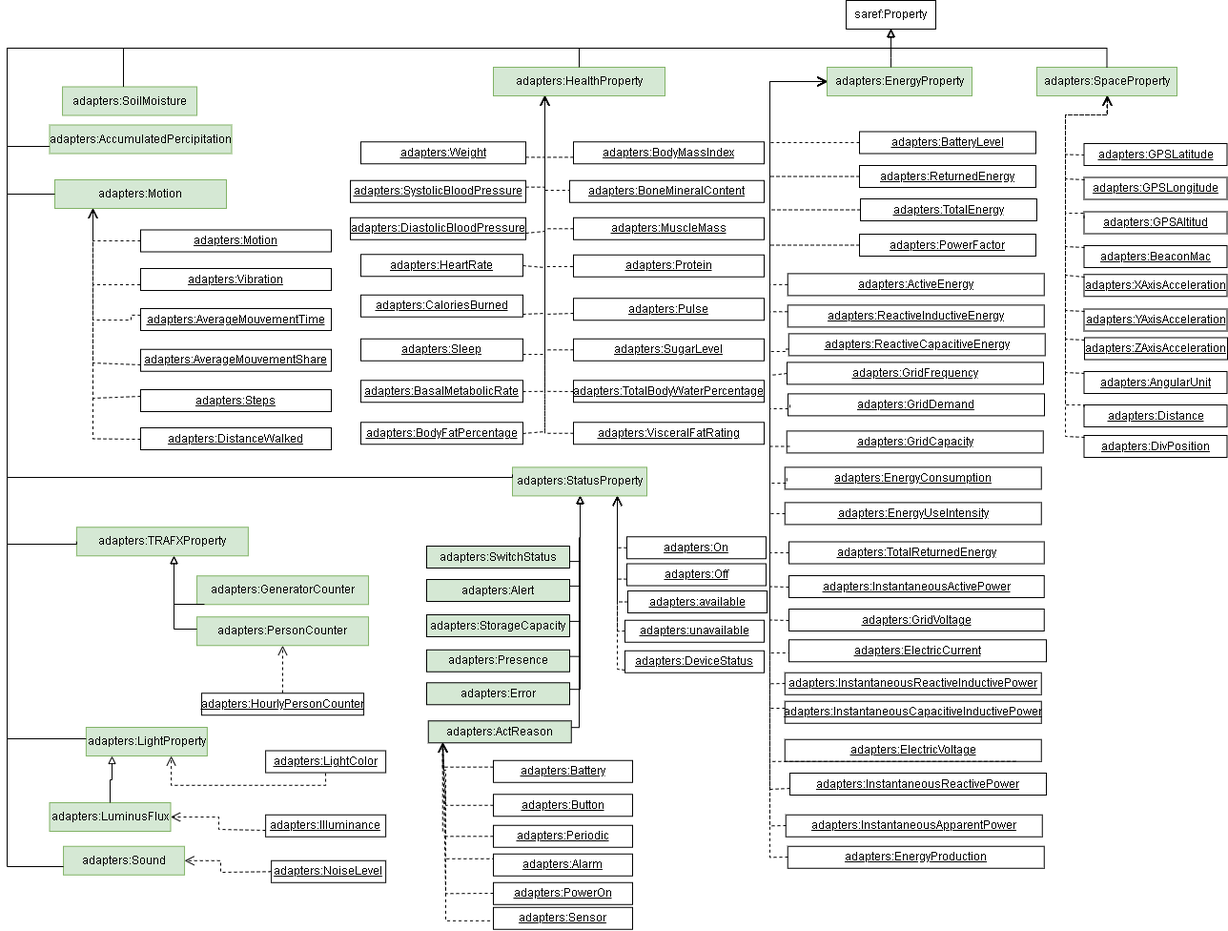
Above: Diagrams/properties.png in oeg-upm/auroral-adapters-ontology (draw.io), before the change. Source tidied: cells renumbered, new cells last; positions are measured from the earlier drawing's top-left corner, leaving out a move shared by most shapes.
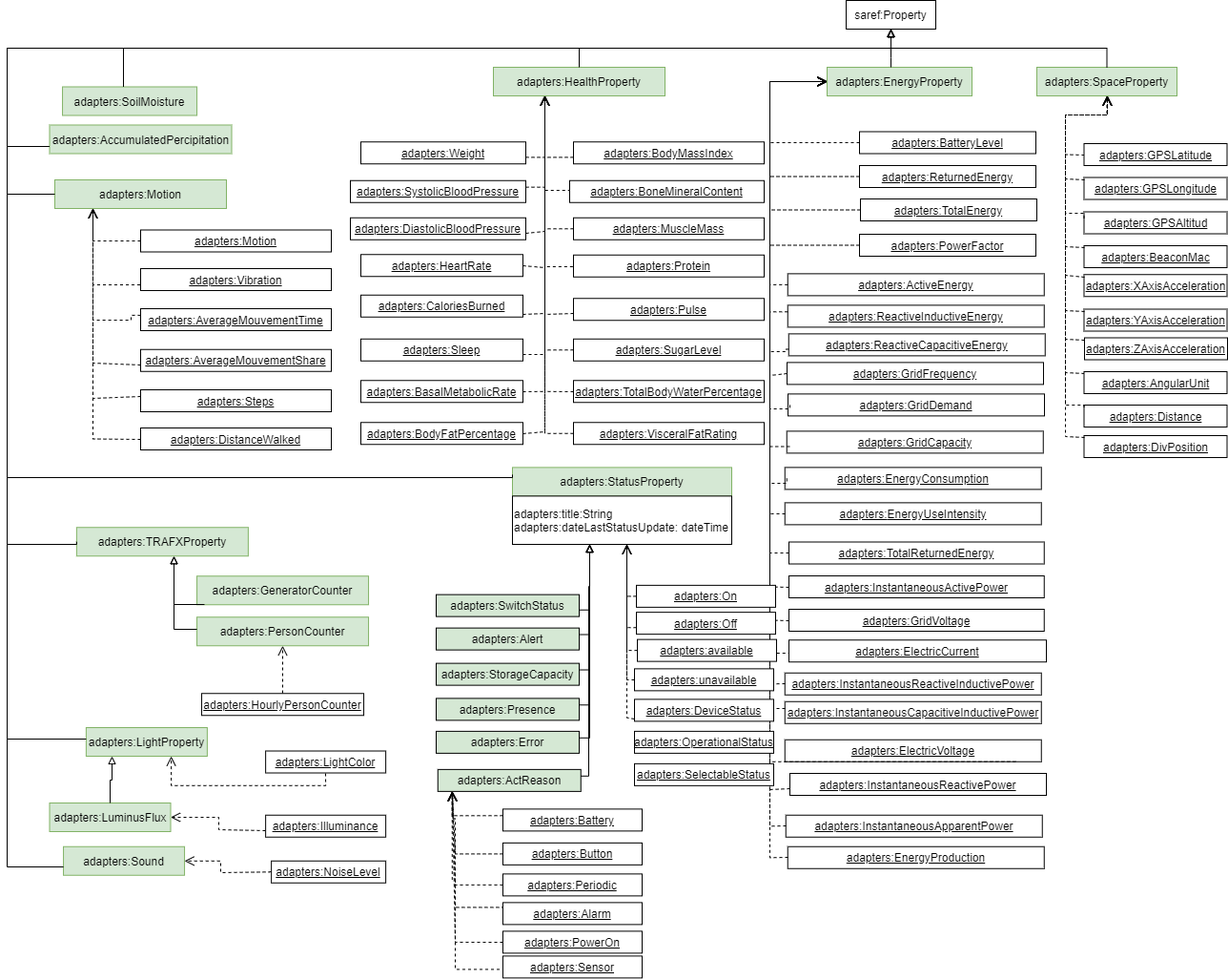
Above is the later version.

Diff of the diagram source:
```diff
@@ -17,3 +17,3 @@
     <mxCell id="6" value="adapters:StatusProperty" style="rounded=0;whiteSpace=wrap;html=1;fillColor=#D5E8D4;strokeColor=#82b366;" parent="1" vertex="1">
-      <mxGeometry x="530" y="489.4" width="141" height="30" as="geometry" />
+      <mxGeometry x="530" y="489.4" width="230" height="30" as="geometry" />
     </mxCell>
@@ -557,17 +557,18 @@
     <mxCell id="104" value="adapters:SwitchStatus" style="rounded=0;whiteSpace=wrap;html=1;snapToPoint=1;points=[[0.1,0],[0.2,0],[0.3,0],[0.4,0],[0.5,0],[0.6,0],[0.7,0],[0.8,0],[0.9,0],[0,0.1],[0,0.3],[0,0.5],[0,0.7],[0,0.9],[0.1,1],[0.2,1],[0.3,1],[0.4,1],[0.5,1],[0.6,1],[0.7,1],[0.8,1],[0.9,1],[1,0.1],[1,0.3],[1,0.5],[1,0.7],[1,0.9]];fillColor=#D5E8D4;" parent="1" vertex="1">
-      <mxGeometry x="440" y="572" width="150" height="23" as="geometry" />
+      <mxGeometry x="450" y="622.6" width="150" height="23" as="geometry" />
     </mxCell>
     <mxCell id="105" value="adapters:Alert" style="rounded=0;whiteSpace=wrap;html=1;snapToPoint=1;points=[[0.1,0],[0.2,0],[0.3,0],[0.4,0],[0.5,0],[0.6,0],[0.7,0],[0.8,0],[0.9,0],[0,0.1],[0,0.3],[0,0.5],[0,0.7],[0,0.9],[0.1,1],[0.2,1],[0.3,1],[0.4,1],[0.5,1],[0.6,1],[0.7,1],[0.8,1],[0.9,1],[1,0.1],[1,0.3],[1,0.5],[1,0.7],[1,0.9]];fillColor=#D5E8D4;" parent="1" vertex="1">
-      <mxGeometry x="440" y="607" width="150" height="23" as="geometry" />
+      <mxGeometry x="450" y="657.6" width="150" height="23" as="geometry" />
     </mxCell>
     <mxCell id="106" value="adapters:StorageCapacity" style="rounded=0;whiteSpace=wrap;html=1;snapToPoint=1;points=[[0.1,0],[0.2,0],[0.3,0],[0.4,0],[0.5,0],[0.6,0],[0.7,0],[0.8,0],[0.9,0],[0,0.1],[0,0.3],[0,0.5],[0,0.7],[0,0.9],[0.1,1],[0.2,1],[0.3,1],[0.4,1],[0.5,1],[0.6,1],[0.7,1],[0.8,1],[0.9,1],[1,0.1],[1,0.3],[1,0.5],[1,0.7],[1,0.9]];fillColor=#D5E8D4;" parent="1" vertex="1">
-      <mxGeometry x="440" y="644" width="150" height="23" as="geometry" />
+      <mxGeometry x="450" y="694.6" width="150" height="23" as="geometry" />
     </mxCell>
     <mxCell id="107" value="adapters:Presence" style="rounded=0;whiteSpace=wrap;html=1;snapToPoint=1;points=[[0.1,0],[0.2,0],[0.3,0],[0.4,0],[0.5,0],[0.6,0],[0.7,0],[0.8,0],[0.9,0],[0,0.1],[0,0.3],[0,0.5],[0,0.7],[0,0.9],[0.1,1],[0.2,1],[0.3,1],[0.4,1],[0.5,1],[0.6,1],[0.7,1],[0.8,1],[0.9,1],[1,0.1],[1,0.3],[1,0.5],[1,0.7],[1,0.9]];fillColor=#D5E8D4;" parent="1" vertex="1">
-      <mxGeometry x="440" y="680.8" width="150" height="23" as="geometry" />
+      <mxGeometry x="450" y="731.4" width="150" height="23" as="geometry" />
     </mxCell>
-    <mxCell id="108" style="edgeStyle=orthogonalEdgeStyle;rounded=0;jettySize=auto;html=1;fontSize=11;endArrow=block;endFill=0;exitX=1;exitY=0.7;exitDx=0;exitDy=0;" parent="1" edge="1" source="104" target="6">
+    <mxCell id="108" style="edgeStyle=orthogonalEdgeStyle;rounded=0;jettySize=auto;html=1;fontSize=11;endArrow=block;endFill=0;exitX=1;exitY=0.7;exitDx=0;exitDy=0;" parent="1" edge="1" source="104">
       <mxGeometry relative="1" as="geometry">
+        <mxPoint x="611" y="570" as="targetPoint" />
         <Array as="points">
-          <mxPoint x="601" y="588.4" />
+          <mxPoint x="611" y="639" />
         </Array>
@@ -575,8 +576,9 @@
     </mxCell>
-    <mxCell id="109" style="edgeStyle=orthogonalEdgeStyle;rounded=0;jettySize=auto;html=1;fontSize=11;endArrow=block;endFill=0;exitX=1;exitY=0.3;exitDx=0;exitDy=0;" parent="1" edge="1" source="105" target="6">
+    <mxCell id="109" style="edgeStyle=orthogonalEdgeStyle;rounded=0;jettySize=auto;html=1;fontSize=11;endArrow=block;endFill=0;exitX=1;exitY=0.3;exitDx=0;exitDy=0;" parent="1" edge="1" source="105">
       <mxGeometry relative="1" as="geometry">
+        <mxPoint x="611" y="570" as="targetPoint" />
         <Array as="points">
-          <mxPoint x="600" y="614.4" />
-          <mxPoint x="600" y="563.4" />
-          <mxPoint x="601" y="563.4" />
+          <mxPoint x="610" y="665" />
+          <mxPoint x="610" y="614" />
+          <mxPoint x="611" y="614" />
         </Array>
@@ -584,6 +586,7 @@
     </mxCell>
-    <mxCell id="110" style="edgeStyle=orthogonalEdgeStyle;rounded=0;jettySize=auto;html=1;fontSize=11;endArrow=block;endFill=0;exitX=1;exitY=0.3;exitDx=0;exitDy=0;" parent="1" edge="1" source="106" target="6">
+    <mxCell id="110" style="edgeStyle=orthogonalEdgeStyle;rounded=0;jettySize=auto;html=1;fontSize=11;endArrow=block;endFill=0;exitX=1;exitY=0.3;exitDx=0;exitDy=0;" parent="1" edge="1" source="106">
       <mxGeometry relative="1" as="geometry">
+        <mxPoint x="611" y="570" as="targetPoint" />
         <Array as="points">
-          <mxPoint x="601" y="651.4" />
+          <mxPoint x="611" y="702" />
         </Array>
@@ -591,8 +594,9 @@
     </mxCell>
-    <mxCell id="111" style="edgeStyle=orthogonalEdgeStyle;rounded=0;jettySize=auto;html=1;fontSize=11;endArrow=block;endFill=0;exitX=1;exitY=0.3;exitDx=0;exitDy=0;" parent="1" edge="1" source="107" target="6">
+    <mxCell id="111" style="edgeStyle=orthogonalEdgeStyle;rounded=0;jettySize=auto;html=1;fontSize=11;endArrow=block;endFill=0;exitX=1;exitY=0.3;exitDx=0;exitDy=0;" parent="1" edge="1" source="107">
       <mxGeometry relative="1" as="geometry">
+        <mxPoint x="611" y="570" as="targetPoint" />
         <Array as="points">
-          <mxPoint x="600" y="687.4" />
-          <mxPoint x="600" y="600.4" />
-          <mxPoint x="601" y="600.4" />
+          <mxPoint x="610" y="738" />
+          <mxPoint x="610" y="651" />
+          <mxPoint x="611" y="651" />
         </Array>
@@ -601,8 +605,9 @@
     <mxCell id="112" value="adapters:Error" style="rounded=0;whiteSpace=wrap;html=1;snapToPoint=1;points=[[0.1,0],[0.2,0],[0.3,0],[0.4,0],[0.5,0],[0.6,0],[0.7,0],[0.8,0],[0.9,0],[0,0.1],[0,0.3],[0,0.5],[0,0.7],[0,0.9],[0.1,1],[0.2,1],[0.3,1],[0.4,1],[0.5,1],[0.6,1],[0.7,1],[0.8,1],[0.9,1],[1,0.1],[1,0.3],[1,0.5],[1,0.7],[1,0.9]];fillColor=#D5E8D4;" parent="1" vertex="1">
-      <mxGeometry x="440" y="715.3" width="150" height="23" as="geometry" />
+      <mxGeometry x="450" y="765.9" width="150" height="23" as="geometry" />
     </mxCell>
-    <mxCell id="113" style="edgeStyle=orthogonalEdgeStyle;rounded=0;jettySize=auto;html=1;fontSize=11;endArrow=block;endFill=0;exitX=1;exitY=0.3;exitDx=0;exitDy=0;" parent="1" edge="1" source="112" target="6">
+    <mxCell id="113" style="edgeStyle=orthogonalEdgeStyle;rounded=0;jettySize=auto;html=1;fontSize=11;endArrow=block;endFill=0;exitX=1;exitY=0.3;exitDx=0;exitDy=0;" parent="1" edge="1" source="112">
       <mxGeometry relative="1" as="geometry">
+        <mxPoint x="611" y="570" as="targetPoint" />
         <Array as="points">
-          <mxPoint x="601" y="722.4" />
+          <mxPoint x="611" y="773" />
         </Array>
@@ -611,10 +616,11 @@
     <mxCell id="114" value="adapters:ActReason" style="rounded=0;whiteSpace=wrap;html=1;snapToPoint=1;points=[[0.1,0],[0.2,0],[0.3,0],[0.4,0],[0.5,0],[0.6,0],[0.7,0],[0.8,0],[0.9,0],[0,0.1],[0,0.3],[0,0.5],[0,0.7],[0,0.9],[0.1,1],[0.2,1],[0.3,1],[0.4,1],[0.5,1],[0.6,1],[0.7,1],[0.8,1],[0.9,1],[1,0.1],[1,0.3],[1,0.5],[1,0.7],[1,0.9]];fillColor=#D5E8D4;" parent="1" vertex="1">
-      <mxGeometry x="441.8" y="755.3" width="150" height="23" as="geometry" />
+      <mxGeometry x="451.8" y="805.9" width="150" height="23" as="geometry" />
     </mxCell>
-    <mxCell id="115" style="edgeStyle=orthogonalEdgeStyle;rounded=0;jettySize=auto;html=1;fontSize=11;endArrow=block;endFill=0;exitX=1;exitY=0.3;exitDx=0;exitDy=0;" parent="1" edge="1" source="114" target="6">
+    <mxCell id="115" style="edgeStyle=orthogonalEdgeStyle;rounded=0;jettySize=auto;html=1;fontSize=11;endArrow=block;endFill=0;exitX=1;exitY=0.3;exitDx=0;exitDy=0;" parent="1" edge="1" source="114">
       <mxGeometry relative="1" as="geometry">
+        <mxPoint x="611" y="570" as="targetPoint" />
         <Array as="points">
-          <mxPoint x="600" y="762.4" />
-          <mxPoint x="600" y="637.4" />
-          <mxPoint x="601" y="637.4" />
+          <mxPoint x="610" y="813" />
+          <mxPoint x="610" y="688" />
+          <mxPoint x="611" y="688" />
         </Array>
@@ -623,18 +629,18 @@
     <mxCell id="116" value="&lt;u&gt;adapters:Battery&lt;/u&gt;" style="rounded=0;whiteSpace=wrap;html=1;snapToPoint=1;points=[[0.1,0],[0.2,0],[0.3,0],[0.4,0],[0.5,0],[0.6,0],[0.7,0],[0.8,0],[0.9,0],[0,0.1],[0,0.3],[0,0.5],[0,0.7],[0,0.9],[0.1,1],[0.2,1],[0.3,1],[0.4,1],[0.5,1],[0.6,1],[0.7,1],[0.8,1],[0.9,1],[1,0.1],[1,0.3],[1,0.5],[1,0.7],[1,0.9]];" parent="1" vertex="1">
-      <mxGeometry x="510" y="796.8" width="146" height="23" as="geometry" />
+      <mxGeometry x="520" y="847.4" width="146" height="23" as="geometry" />
     </mxCell>
     <mxCell id="117" value="&lt;u&gt;adapters:Button&lt;/u&gt;" style="rounded=0;whiteSpace=wrap;html=1;snapToPoint=1;points=[[0.1,0],[0.2,0],[0.3,0],[0.4,0],[0.5,0],[0.6,0],[0.7,0],[0.8,0],[0.9,0],[0,0.1],[0,0.3],[0,0.5],[0,0.7],[0,0.9],[0.1,1],[0.2,1],[0.3,1],[0.4,1],[0.5,1],[0.6,1],[0.7,1],[0.8,1],[0.9,1],[1,0.1],[1,0.3],[1,0.5],[1,0.7],[1,0.9]];" parent="1" vertex="1">
-      <mxGeometry x="510" y="832.3" width="146" height="23" as="geometry" />
+      <mxGeometry x="520" y="882.9" width="146" height="23" as="geometry" />
     </mxCell>
     <mxCell id="118" value="&lt;u&gt;adapters:Periodic&lt;/u&gt;" style="rounded=0;whiteSpace=wrap;html=1;snapToPoint=1;points=[[0.1,0],[0.2,0],[0.3,0],[0.4,0],[0.5,0],[0.6,0],[0.7,0],[0.8,0],[0.9,0],[0,0.1],[0,0.3],[0,0.5],[0,0.7],[0,0.9],[0.1,1],[0.2,1],[0.3,1],[0.4,1],[0.5,1],[0.6,1],[0.7,1],[0.8,1],[0.9,1],[1,0.1],[1,0.3],[1,0.5],[1,0.7],[1,0.9]];" parent="1" vertex="1">
-      <mxGeometry x="510" y="864.8" width="146" height="23" as="geometry" />
+      <mxGeometry x="520" y="915.4" width="146" height="23" as="geometry" />
     </mxCell>
     <mxCell id="119" value="&lt;u&gt;adapters:Alarm&lt;/u&gt;" style="rounded=0;whiteSpace=wrap;html=1;snapToPoint=1;points=[[0.1,0],[0.2,0],[0.3,0],[0.4,0],[0.5,0],[0.6,0],[0.7,0],[0.8,0],[0.9,0],[0,0.1],[0,0.3],[0,0.5],[0,0.7],[0,0.9],[0.1,1],[0.2,1],[0.3,1],[0.4,1],[0.5,1],[0.6,1],[0.7,1],[0.8,1],[0.9,1],[1,0.1],[1,0.3],[1,0.5],[1,0.7],[1,0.9]];" parent="1" vertex="1">
-      <mxGeometry x="510" y="894.8" width="146" height="23" as="geometry" />
+      <mxGeometry x="520" y="945.4" width="146" height="23" as="geometry" />
     </mxCell>
     <mxCell id="120" value="&lt;u&gt;adapters:PowerOn&lt;/u&gt;" style="rounded=0;whiteSpace=wrap;html=1;snapToPoint=1;points=[[0.1,0],[0.2,0],[0.3,0],[0.4,0],[0.5,0],[0.6,0],[0.7,0],[0.8,0],[0.9,0],[0,0.1],[0,0.3],[0,0.5],[0,0.7],[0,0.9],[0.1,1],[0.2,1],[0.3,1],[0.4,1],[0.5,1],[0.6,1],[0.7,1],[0.8,1],[0.9,1],[1,0.1],[1,0.3],[1,0.5],[1,0.7],[1,0.9]];" parent="1" vertex="1">
-      <mxGeometry x="510" y="924.8" width="146" height="23" as="geometry" />
+      <mxGeometry x="520" y="975.4" width="146" height="23" as="geometry" />
     </mxCell>
     <mxCell id="121" value="&lt;u&gt;adapters:Sensor&lt;/u&gt;" style="rounded=0;whiteSpace=wrap;html=1;snapToPoint=1;points=[[0.1,0],[0.2,0],[0.3,0],[0.4,0],[0.5,0],[0.6,0],[0.7,0],[0.8,0],[0.9,0],[0,0.1],[0,0.3],[0,0.5],[0,0.7],[0,0.9],[0.1,1],[0.2,1],[0.3,1],[0.4,1],[0.5,1],[0.6,1],[0.7,1],[0.8,1],[0.9,1],[1,0.1],[1,0.3],[1,0.5],[1,0.7],[1,0.9]];" parent="1" vertex="1">
-      <mxGeometry x="510" y="950.8" width="146" height="23" as="geometry" />
+      <mxGeometry x="520" y="1001.4" width="146" height="23" as="geometry" />
     </mxCell>
@@ -643,3 +649,3 @@
         <Array as="points">
-          <mxPoint x="457" y="803.8" />
+          <mxPoint x="467" y="854.4" />
         </Array>
@@ -650,3 +656,3 @@
         <Array as="points">
-          <mxPoint x="460" y="843.8" />
+          <mxPoint x="470" y="894.4" />
         </Array>
@@ -657,3 +663,3 @@
         <Array as="points">
-          <mxPoint x="460" y="876.8" />
+          <mxPoint x="470" y="927.4" />
         </Array>
@@ -664,3 +670,3 @@
         <Array as="points">
-          <mxPoint x="460" y="936.8" />
+          <mxPoint x="470" y="987.4" />
         </Array>
@@ -671,6 +677,6 @@
         <Array as="points">
-          <mxPoint x="510" y="964.8" />
-          <mxPoint x="460" y="964.8" />
-          <mxPoint x="460" y="806.8" />
-          <mxPoint x="457" y="806.8" />
+          <mxPoint x="520" y="1015.4" />
+          <mxPoint x="470" y="1015.4" />
+          <mxPoint x="470" y="857.4" />
+          <mxPoint x="467" y="857.4" />
         </Array>
@@ -681,6 +687,6 @@
         <Array as="points">
-          <mxPoint x="510" y="899.8" />
-          <mxPoint x="460" y="899.8" />
-          <mxPoint x="460" y="870.8" />
-          <mxPoint x="457" y="870.8" />
+          <mxPoint x="520" y="950.4" />
+          <mxPoint x="470" y="950.4" />
+          <mxPoint x="470" y="921.4" />
+          <mxPoint x="467" y="921.4" />
         </Array>
@@ -930,17 +936,18 @@
     <mxCell id="169" value="&lt;u&gt;adapters:Off&lt;/u&gt;" style="rounded=0;whiteSpace=wrap;html=1;snapToPoint=1;points=[[0.1,0],[0.2,0],[0.3,0],[0.4,0],[0.5,0],[0.6,0],[0.7,0],[0.8,0],[0.9,0],[0,0.1],[0,0.3],[0,0.5],[0,0.7],[0,0.9],[0.1,1],[0.2,1],[0.3,1],[0.4,1],[0.5,1],[0.6,1],[0.7,1],[0.8,1],[0.9,1],[1,0.1],[1,0.3],[1,0.5],[1,0.7],[1,0.9]];" parent="1" vertex="1">
-      <mxGeometry x="650" y="590.5" width="146" height="23" as="geometry" />
+      <mxGeometry x="660" y="641.1" width="146" height="23" as="geometry" />
     </mxCell>
     <mxCell id="170" value="&lt;u&gt;adapters:On&lt;/u&gt;" style="rounded=0;whiteSpace=wrap;html=1;snapToPoint=1;points=[[0.1,0],[0.2,0],[0.3,0],[0.4,0],[0.5,0],[0.6,0],[0.7,0],[0.8,0],[0.9,0],[0,0.1],[0,0.3],[0,0.5],[0,0.7],[0,0.9],[0.1,1],[0.2,1],[0.3,1],[0.4,1],[0.5,1],[0.6,1],[0.7,1],[0.8,1],[0.9,1],[1,0.1],[1,0.3],[1,0.5],[1,0.7],[1,0.9]];" parent="1" vertex="1">
-      <mxGeometry x="650" y="562.2" width="146" height="23" as="geometry" />
+      <mxGeometry x="660" y="612.9" width="146" height="23" as="geometry" />
     </mxCell>
     <mxCell id="171" value="&lt;u&gt;adapters:available&lt;/u&gt;" style="rounded=0;whiteSpace=wrap;html=1;snapToPoint=1;points=[[0.1,0],[0.2,0],[0.3,0],[0.4,0],[0.5,0],[0.6,0],[0.7,0],[0.8,0],[0.9,0],[0,0.1],[0,0.3],[0,0.5],[0,0.7],[0,0.9],[0.1,1],[0.2,1],[0.3,1],[0.4,1],[0.5,1],[0.6,1],[0.7,1],[0.8,1],[0.9,1],[1,0.1],[1,0.3],[1,0.5],[1,0.7],[1,0.9]];" parent="1" vertex="1">
-      <mxGeometry x="651" y="619" width="146" height="23" as="geometry" />
+      <mxGeometry x="661" y="669.6" width="146" height="23" as="geometry" />
     </mxCell>
     <mxCell id="172" value="&lt;u&gt;adapters:unavailable&lt;/u&gt;" style="rounded=0;whiteSpace=wrap;html=1;snapToPoint=1;points=[[0.1,0],[0.2,0],[0.3,0],[0.4,0],[0.5,0],[0.6,0],[0.7,0],[0.8,0],[0.9,0],[0,0.1],[0,0.3],[0,0.5],[0,0.7],[0,0.9],[0.1,1],[0.2,1],[0.3,1],[0.4,1],[0.5,1],[0.6,1],[0.7,1],[0.8,1],[0.9,1],[1,0.1],[1,0.3],[1,0.5],[1,0.7],[1,0.9]];" parent="1" vertex="1">
-      <mxGeometry x="648" y="649.8" width="146" height="23" as="geometry" />
+      <mxGeometry x="658" y="700.4" width="146" height="23" as="geometry" />
     </mxCell>
-    <mxCell id="173" style="endArrow=open;html=1;fontColor=#000099;endFill=0;dashed=1;endSize=8;exitX=0;exitY=0.5;exitDx=0;exitDy=0;edgeStyle=orthogonalEdgeStyle;arcSize=0;" parent="1" edge="1" source="170" target="6">
+    <mxCell id="173" style="endArrow=open;html=1;fontColor=#000099;endFill=0;dashed=1;endSize=8;exitX=0;exitY=0.5;exitDx=0;exitDy=0;edgeStyle=orthogonalEdgeStyle;arcSize=0;" parent="1" edge="1" source="170">
       <mxGeometry relative="1" as="geometry">
+        <mxPoint x="650" y="570" as="targetPoint" />
         <Array as="points">
-          <mxPoint x="640" y="574" />
+          <mxPoint x="650" y="624.6" />
         </Array>
@@ -948,6 +955,7 @@
     </mxCell>
-    <mxCell id="174" style="endArrow=open;html=1;fontColor=#000099;endFill=0;dashed=1;endSize=8;exitX=0;exitY=0.7;exitDx=0;exitDy=0;edgeStyle=orthogonalEdgeStyle;arcSize=0;" parent="1" edge="1" source="169" target="6">
+    <mxCell id="174" style="endArrow=open;html=1;fontColor=#000099;endFill=0;dashed=1;endSize=8;exitX=0;exitY=0.7;exitDx=0;exitDy=0;edgeStyle=orthogonalEdgeStyle;arcSize=0;" parent="1" edge="1" source="169">
       <mxGeometry relative="1" as="geometry">
+        <mxPoint x="650" y="570" as="targetPoint" />
         <Array as="points">
-          <mxPoint x="640" y="607" />
+          <mxPoint x="650" y="657.6" />
         </Array>
@@ -955,6 +963,7 @@
     </mxCell>
-    <mxCell id="175" style="endArrow=open;html=1;fontColor=#000099;endFill=0;dashed=1;endSize=8;exitX=0;exitY=0.5;exitDx=0;exitDy=0;edgeStyle=orthogonalEdgeStyle;arcSize=0;" parent="1" edge="1" source="171" target="6">
+    <mxCell id="175" style="endArrow=open;html=1;fontColor=#000099;endFill=0;dashed=1;endSize=8;exitX=0;exitY=0.5;exitDx=0;exitDy=0;edgeStyle=orthogonalEdgeStyle;arcSize=0;" parent="1" edge="1" source="171">
       <mxGeometry relative="1" as="geometry">
+        <mxPoint x="650" y="570" as="targetPoint" />
         <Array as="points">
-          <mxPoint x="640" y="631" />
+          <mxPoint x="650" y="681.6" />
         </Array>
@@ -962,6 +971,7 @@
     </mxCell>
-    <mxCell id="176" style="endArrow=open;html=1;fontColor=#000099;endFill=0;dashed=1;endSize=8;edgeStyle=orthogonalEdgeStyle;arcSize=0;" parent="1" edge="1" source="172" target="6">
+    <mxCell id="176" style="endArrow=open;html=1;fontColor=#000099;endFill=0;dashed=1;endSize=8;edgeStyle=orthogonalEdgeStyle;arcSize=0;" parent="1" edge="1" source="172">
       <mxGeometry relative="1" as="geometry">
+        <mxPoint x="650" y="570" as="targetPoint" />
         <Array as="points">
-          <mxPoint x="640" y="661" />
+          <mxPoint x="650" y="711.6" />
         </Array>
@@ -970,8 +980,9 @@
     <mxCell id="177" value="&lt;u&gt;adapters:DeviceStatus&lt;/u&gt;" style="rounded=0;whiteSpace=wrap;html=1;snapToPoint=1;points=[[0.1,0],[0.2,0],[0.3,0],[0.4,0],[0.5,0],[0.6,0],[0.7,0],[0.8,0],[0.9,0],[0,0.1],[0,0.3],[0,0.5],[0,0.7],[0,0.9],[0.1,1],[0.2,1],[0.3,1],[0.4,1],[0.5,1],[0.6,1],[0.7,1],[0.8,1],[0.9,1],[1,0.1],[1,0.3],[1,0.5],[1,0.7],[1,0.9]];" parent="1" vertex="1">
-      <mxGeometry x="648" y="681.8" width="146" height="23" as="geometry" />
+      <mxGeometry x="658" y="732.4" width="146" height="23" as="geometry" />
     </mxCell>
-    <mxCell id="178" style="endArrow=open;html=1;fontColor=#000099;endFill=0;dashed=1;endSize=8;edgeStyle=orthogonalEdgeStyle;arcSize=0;" parent="1" edge="1" source="177" target="6">
+    <mxCell id="178" style="endArrow=open;html=1;fontColor=#000099;endFill=0;dashed=1;endSize=8;edgeStyle=orthogonalEdgeStyle;arcSize=0;" parent="1" edge="1" source="177">
       <mxGeometry relative="1" as="geometry">
+        <mxPoint x="650" y="570" as="targetPoint" />
         <Array as="points">
-          <mxPoint x="640" y="701" />
+          <mxPoint x="650" y="751.6" />
         </Array>
@@ -979,2 +990,11 @@
     </mxCell>
+    <mxCell id="179" value="&lt;u&gt;adapters:SelectableStatus&lt;/u&gt;" style="rounded=0;whiteSpace=wrap;html=1;" parent="1" vertex="1">
+      <mxGeometry x="658" y="799.9" width="146" height="23" as="geometry" />
+    </mxCell>
+    <mxCell id="180" value="&lt;u&gt;adapters:OperationalStatus&lt;/u&gt;" style="rounded=0;whiteSpace=wrap;html=1;" parent="1" vertex="1">
+      <mxGeometry x="658" y="765.9" width="146" height="23" as="geometry" />
+    </mxCell>
+    <mxCell id="181" value="adapters:title:String&lt;br&gt;adapters:dateLastStatusUpdate: dateTime" style="rounded=0;whiteSpace=wrap;html=1;align=left;" parent="1" vertex="1">
+      <mxGeometry x="530" y="519.4" width="230" height="50.6" as="geometry" />
+    </mxCell>
   </root>
```
